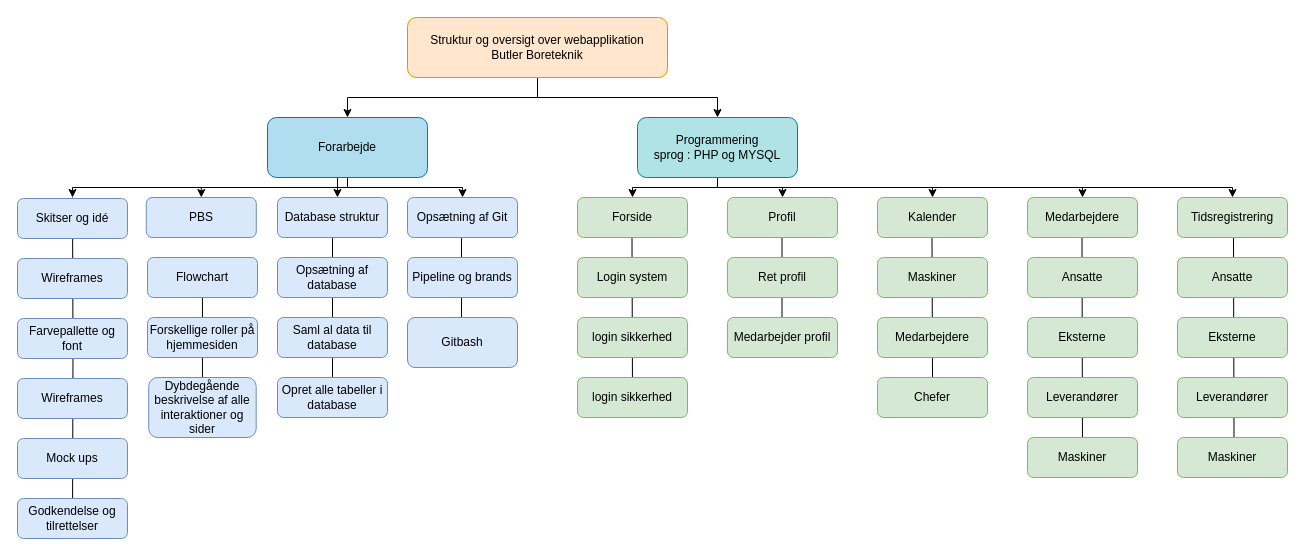
This is docs/pbs-pratik.drawio from sejekaj1307/butler_hjemmeside, a draw.io file, before an edit. Source tidied: cells renumbered, new cells numbered last; positions are measured from the earlier drawing's top-left corner, leaving out a move shared by most shapes. Both pictures are drawn from the tidied source at 100%, with x=0, y=0 at pixel (17, 17).
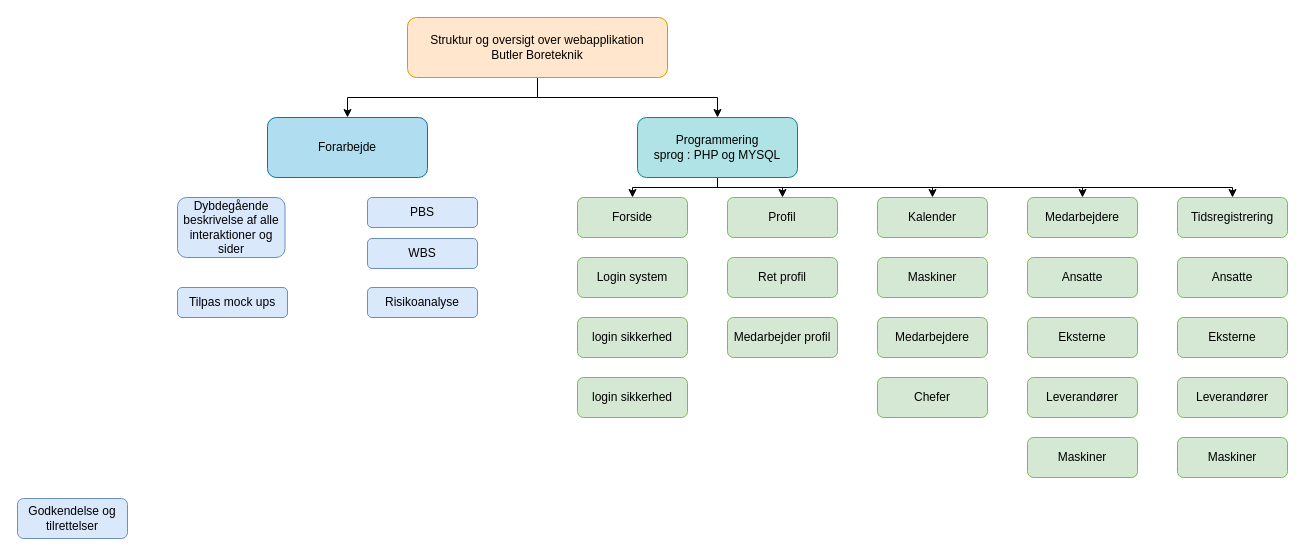
Above is the later version.

Unchanged cells that the change refers to:
```xml
<mxCell id="23" value="Forarbejde" style="rounded=1;whiteSpace=wrap;html=1;fillColor=#b1ddf0;strokeColor=#10739e;" parent="1" vertex="1">
  <mxGeometry x="250" y="100" width="160" height="60" as="geometry" />
</mxCell>
<mxCell id="38" value="Godkendelse og tilrettelser" style="rounded=1;whiteSpace=wrap;html=1;fillColor=#dae8fc;strokeColor=#6c8ebf;" parent="1" vertex="1">
  <mxGeometry y="481" width="110" height="40" as="geometry" />
</mxCell>
<mxCell id="42" value="Chefer" style="rounded=1;whiteSpace=wrap;html=1;fillColor=#d5e8d4;strokeColor=#82b366;" parent="1" vertex="1">
  <mxGeometry x="860" y="360" width="110" height="40" as="geometry" />
</mxCell>
<mxCell id="46" value="Maskiner" style="rounded=1;whiteSpace=wrap;html=1;fillColor=#d5e8d4;strokeColor=#82b366;" parent="1" vertex="1">
  <mxGeometry x="1010" y="420" width="110" height="40" as="geometry" />
</mxCell>
<mxCell id="60" value="login sikkerhed" style="rounded=1;whiteSpace=wrap;html=1;fillColor=#d5e8d4;strokeColor=#82b366;" parent="1" vertex="1">
  <mxGeometry x="560" y="360" width="110" height="40" as="geometry" />
</mxCell>
```

The edit, as a diff of the source:
```diff
@@
-    <mxCell id="2" style="endArrow=none;html=1;rounded=1;entryX=0.5;entryY=1;entryDx=0;entryDy=0;" parent="1" edge="1">
-      <mxGeometry relative="1" as="geometry">
-        <mxPoint x="444" y="300" as="sourcePoint" />
-        <mxPoint x="444" y="220" as="targetPoint" />
-      </mxGeometry>
-    </mxCell>
-    <mxCell id="3" style="endArrow=none;html=1;rounded=1;entryX=0.5;entryY=1;entryDx=0;entryDy=0;" parent="1" edge="1">
-      <mxGeometry relative="1" as="geometry">
-        <mxPoint x="1216.5" y="420" as="sourcePoint" />
-        <mxPoint x="1216" y="220" as="targetPoint" />
-      </mxGeometry>
-    </mxCell>
-    <mxCell id="4" style="endArrow=none;html=1;rounded=1;entryX=0.5;entryY=1;entryDx=0;entryDy=0;" parent="1" edge="1" source="46">
-      <mxGeometry relative="1" as="geometry">
-        <mxPoint x="1064.5" y="220" as="targetPoint" />
-      </mxGeometry>
-    </mxCell>
-    <mxCell id="5" style="endArrow=none;html=1;rounded=1;entryX=0.5;entryY=1;entryDx=0;entryDy=0;exitX=0.5;exitY=0;exitDx=0;exitDy=0;" parent="1" edge="1" source="42">
-      <mxGeometry relative="1" as="geometry">
-        <mxPoint x="914.5" y="220" as="targetPoint" />
-      </mxGeometry>
-    </mxCell>
-    <mxCell id="6" style="endArrow=none;html=1;rounded=1;entryX=0.5;entryY=1;entryDx=0;entryDy=0;" parent="1" edge="1">
-      <mxGeometry relative="1" as="geometry">
-        <mxPoint x="764.5" y="300" as="sourcePoint" />
-        <mxPoint x="764.5" y="220" as="targetPoint" />
-      </mxGeometry>
-    </mxCell>
@@
-    <mxCell id="8" style="endArrow=none;html=1;rounded=1;entryX=0.5;entryY=1;entryDx=0;entryDy=0;" parent="1" edge="1" source="60">
-      <mxGeometry relative="1" as="geometry">
-        <mxPoint x="614.5" y="220" as="targetPoint" />
-      </mxGeometry>
-    </mxCell>
-    <mxCell id="9" style="endArrow=none;html=1;rounded=1;entryX=0.5;entryY=1;entryDx=0;entryDy=0;" parent="1" edge="1" source="62" target="35">
-      <mxGeometry relative="1" as="geometry" />
-    </mxCell>
@@
-    <mxCell id="19" style="edgeStyle=orthogonalEdgeStyle;rounded=0;jettySize=auto;html=1;entryX=0.5;entryY=0;entryDx=0;entryDy=0;" parent="1" edge="1" source="23">
-      <mxGeometry relative="1" as="geometry">
-        <mxPoint x="55" y="180" as="targetPoint" />
-        <Array as="points">
-          <mxPoint x="330" y="170" />
-          <mxPoint x="55" y="170" />
-        </Array>
-      </mxGeometry>
-    </mxCell>
-    <mxCell id="20" style="edgeStyle=orthogonalEdgeStyle;rounded=0;jettySize=auto;html=1;entryX=0.5;entryY=0;entryDx=0;entryDy=0;" parent="1" edge="1" source="23" target="61">
-      <mxGeometry relative="1" as="geometry">
-        <Array as="points">
-          <mxPoint x="330" y="170" />
-          <mxPoint x="184" y="170" />
-        </Array>
-      </mxGeometry>
-    </mxCell>
-    <mxCell id="21" style="edgeStyle=orthogonalEdgeStyle;rounded=0;jettySize=auto;html=1;" parent="1" edge="1" source="23" target="35">
-      <mxGeometry relative="1" as="geometry">
-        <Array as="points">
-          <mxPoint x="320" y="170" />
-          <mxPoint x="320" y="170" />
-        </Array>
-      </mxGeometry>
-    </mxCell>
-    <mxCell id="22" style="edgeStyle=orthogonalEdgeStyle;rounded=0;jettySize=auto;html=1;" parent="1" edge="1" source="23" target="54">
-      <mxGeometry relative="1" as="geometry">
-        <Array as="points">
-          <mxPoint x="330" y="170" />
-          <mxPoint x="445" y="170" />
-        </Array>
-      </mxGeometry>
-    </mxCell>
@@
-    <mxCell id="24" style="edgeStyle=orthogonalEdgeStyle;rounded=0;jettySize=auto;html=1;entryX=0.5;entryY=0.75;entryDx=0;entryDy=0;entryPerimeter=0;" parent="1" edge="1" target="38">
-      <mxGeometry relative="1" as="geometry">
-        <mxPoint x="55" y="180" as="sourcePoint" />
-      </mxGeometry>
-    </mxCell>
-    <mxCell id="25" value="Wireframes" style="rounded=1;whiteSpace=wrap;html=1;fillColor=#dae8fc;strokeColor=#6c8ebf;" parent="1" vertex="1">
-      <mxGeometry y="361" width="110" height="40" as="geometry" />
-    </mxCell>
-    <mxCell id="26" style="edgeStyle=orthogonalEdgeStyle;rounded=0;jettySize=auto;html=1;entryX=0.5;entryY=0.833;entryDx=0;entryDy=0;entryPerimeter=0;" parent="1" edge="1" source="27" target="59">
-      <mxGeometry relative="1" as="geometry" />
-    </mxCell>
-    <mxCell id="27" value="Flowchart" style="rounded=1;whiteSpace=wrap;html=1;fillColor=#dae8fc;strokeColor=#6c8ebf;" parent="1" vertex="1">
-      <mxGeometry x="130" y="240" width="110" height="40" as="geometry" />
-    </mxCell>
@@
-    <mxCell id="35" value="Database struktur" style="rounded=1;whiteSpace=wrap;html=1;fillColor=#dae8fc;strokeColor=#6c8ebf;" parent="1" vertex="1">
-      <mxGeometry x="260" y="180" width="110" height="40" as="geometry" />
-    </mxCell>
-    <mxCell id="36" value="Opsætning af database" style="rounded=1;whiteSpace=wrap;html=1;fillColor=#dae8fc;strokeColor=#6c8ebf;" parent="1" vertex="1">
-      <mxGeometry x="260" y="240" width="110" height="40" as="geometry" />
-    </mxCell>
-    <mxCell id="37" value="Saml al data til database" style="rounded=1;whiteSpace=wrap;html=1;fillColor=#dae8fc;strokeColor=#6c8ebf;" parent="1" vertex="1">
-      <mxGeometry x="260" y="300" width="110" height="40" as="geometry" />
-    </mxCell>
@@
-    <mxCell id="39" value="Forskellige roller på hjemmesiden" style="rounded=1;whiteSpace=wrap;html=1;fillColor=#dae8fc;strokeColor=#6c8ebf;" parent="1" vertex="1">
-      <mxGeometry x="130" y="300" width="110" height="40" as="geometry" />
-    </mxCell>
@@
-    <mxCell id="52" value="Farvepallette og font" style="rounded=1;whiteSpace=wrap;html=1;fillColor=#dae8fc;strokeColor=#6c8ebf;" parent="1" vertex="1">
-      <mxGeometry y="301" width="110" height="40" as="geometry" />
-    </mxCell>
-    <mxCell id="53" value="Wireframes" style="rounded=1;whiteSpace=wrap;html=1;fillColor=#dae8fc;strokeColor=#6c8ebf;" parent="1" vertex="1">
-      <mxGeometry y="241" width="110" height="40" as="geometry" />
-    </mxCell>
-    <mxCell id="54" value="Opsætning af Git" style="rounded=1;whiteSpace=wrap;html=1;fillColor=#dae8fc;strokeColor=#6c8ebf;" parent="1" vertex="1">
-      <mxGeometry x="390" y="180" width="110" height="40" as="geometry" />
-    </mxCell>
-    <mxCell id="55" value="Pipeline og brands" style="rounded=1;whiteSpace=wrap;html=1;fillColor=#dae8fc;strokeColor=#6c8ebf;" parent="1" vertex="1">
-      <mxGeometry x="390" y="240" width="110" height="40" as="geometry" />
-    </mxCell>
-    <mxCell id="56" value="Gitbash" style="rounded=1;whiteSpace=wrap;html=1;fillColor=#dae8fc;strokeColor=#6c8ebf;" parent="1" vertex="1">
-      <mxGeometry x="390" y="300" width="110" height="50" as="geometry" />
-    </mxCell>
-    <mxCell id="57" value="Mock ups" style="rounded=1;whiteSpace=wrap;html=1;fillColor=#dae8fc;strokeColor=#6c8ebf;" parent="1" vertex="1">
-      <mxGeometry y="421" width="110" height="40" as="geometry" />
-    </mxCell>
-    <mxCell id="58" value="Skitser og idé" style="rounded=1;whiteSpace=wrap;html=1;fillColor=#dae8fc;strokeColor=#6c8ebf;" parent="1" vertex="1">
-      <mxGeometry y="181" width="110" height="40" as="geometry" />
-    </mxCell>
     <mxCell id="59" value="Dybdegående beskrivelse af alle interaktioner og sider" style="rounded=1;whiteSpace=wrap;html=1;fillColor=#dae8fc;strokeColor=#6c8ebf;" parent="1" vertex="1">
-      <mxGeometry x="131.2" y="360" width="107.5" height="60" as="geometry" />
+      <mxGeometry x="160" y="180" width="107.5" height="60" as="geometry" />
     </mxCell>
@@
     <mxCell id="61" value="PBS" style="rounded=1;whiteSpace=wrap;html=1;fillColor=#dae8fc;strokeColor=#6c8ebf;" parent="1" vertex="1">
-      <mxGeometry x="128.8" y="180" width="110" height="40" as="geometry" />
+      <mxGeometry x="350" y="180" width="110" height="30" as="geometry" />
     </mxCell>
-    <mxCell id="62" value="Opret alle tabeller i database" style="rounded=1;whiteSpace=wrap;html=1;fillColor=#dae8fc;strokeColor=#6c8ebf;" parent="1" vertex="1">
-      <mxGeometry x="260" y="360" width="110" height="40" as="geometry" />
-    </mxCell>
+    <mxCell id="63" value="WBS" style="rounded=1;whiteSpace=wrap;html=1;fillColor=#dae8fc;strokeColor=#6c8ebf;" parent="1" vertex="1">
+      <mxGeometry x="350" y="221" width="110" height="30" as="geometry" />
+    </mxCell>
+    <mxCell id="64" value="Risikoanalyse" style="rounded=1;whiteSpace=wrap;html=1;fillColor=#dae8fc;strokeColor=#6c8ebf;" parent="1" vertex="1">
+      <mxGeometry x="350" y="270" width="110" height="30" as="geometry" />
+    </mxCell>
+    <mxCell id="65" value="Tilpas mock ups" style="rounded=1;whiteSpace=wrap;html=1;fillColor=#dae8fc;strokeColor=#6c8ebf;" parent="1" vertex="1">
+      <mxGeometry x="160" y="270" width="110" height="30" as="geometry" />
+    </mxCell>
```
